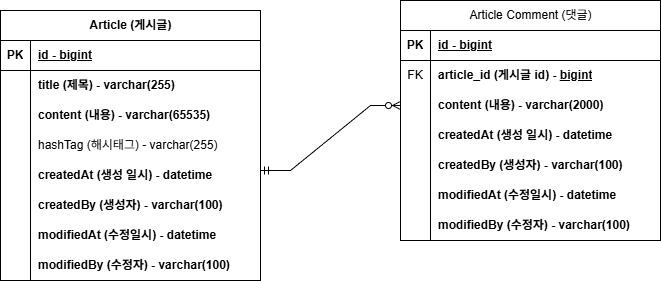
Earlier version of the draw.io export usecase/project-board-erd.png (yoojanghun/board-making-practice). Source tidied: cells renumbered, new cells last; positions are measured from the earlier drawing's top-left corner, leaving out a move shared by most shapes. Its diagram source:
```xml
<mxGraphModel>
  <root>
    <mxCell id="0" />
    <mxCell id="1" parent="0" />
    <mxCell id="2" value="Article (게시글)" style="shape=table;startSize=30;rowLines=0;fontStyle=1;align=center;html=1;" parent="1" vertex="1">
      <mxGeometry y="10" width="260" height="270" as="geometry" />
    </mxCell>
    <mxCell id="3" style="shape=tableRow;horizontal=0;startSize=0;swimlaneHead=0;swimlaneBody=0;fillColor=none;top=0;left=0;right=0;bottom=1;" parent="2" vertex="1">
      <mxGeometry y="30" width="260" height="30" as="geometry" />
    </mxCell>
    <mxCell id="4" value="PK" style="shape=partialRectangle;fillColor=none;top=0;left=0;bottom=0;right=0;fontStyle=1;overflow=hidden;whiteSpace=wrap;html=1;" parent="3" vertex="1">
      <mxGeometry width="30" height="30" as="geometry" />
    </mxCell>
    <mxCell id="5" value="id - bigint" style="shape=partialRectangle;fillColor=none;top=0;left=0;bottom=0;right=0;align=left;spacingLeft=6;fontStyle=5;overflow=hidden;whiteSpace=wrap;html=1;" parent="3" vertex="1">
      <mxGeometry x="30" width="230" height="30" as="geometry" />
    </mxCell>
    <mxCell id="6" style="shape=tableRow;horizontal=0;startSize=0;swimlaneHead=0;swimlaneBody=0;fillColor=none;top=0;left=0;right=0;bottom=0;" parent="2" vertex="1">
      <mxGeometry y="60" width="260" height="30" as="geometry" />
    </mxCell>
    <mxCell id="7" style="shape=partialRectangle;fillColor=none;top=0;left=0;bottom=0;right=0;overflow=hidden;whiteSpace=wrap;html=1;" parent="6" vertex="1">
      <mxGeometry width="30" height="30" as="geometry" />
    </mxCell>
    <mxCell id="8" value="&lt;b&gt;title (제목) - varchar(255)&lt;/b&gt;" style="shape=partialRectangle;fillColor=none;top=0;left=0;bottom=0;right=0;align=left;spacingLeft=6;overflow=hidden;whiteSpace=wrap;html=1;" parent="6" vertex="1">
      <mxGeometry x="30" width="230" height="30" as="geometry" />
    </mxCell>
    <mxCell id="9" style="shape=tableRow;horizontal=0;startSize=0;swimlaneHead=0;swimlaneBody=0;fillColor=none;top=0;left=0;right=0;bottom=0;" parent="2" vertex="1">
      <mxGeometry y="90" width="260" height="30" as="geometry" />
    </mxCell>
    <mxCell id="10" style="shape=partialRectangle;fillColor=none;top=0;left=0;bottom=0;right=0;overflow=hidden;whiteSpace=wrap;html=1;" parent="9" vertex="1">
      <mxGeometry width="30" height="30" as="geometry" />
    </mxCell>
    <mxCell id="11" value="&lt;b&gt;content (내용)&lt;span style=&quot;white-space: pre;&quot;&gt;&#9;&lt;/span&gt;- varchar(65535)&lt;/b&gt;" style="shape=partialRectangle;fillColor=none;top=0;left=0;bottom=0;right=0;align=left;spacingLeft=6;overflow=hidden;whiteSpace=wrap;html=1;" parent="9" vertex="1">
      <mxGeometry x="30" width="230" height="30" as="geometry" />
    </mxCell>
    <mxCell id="12" style="shape=tableRow;horizontal=0;startSize=0;swimlaneHead=0;swimlaneBody=0;fillColor=none;top=0;left=0;right=0;bottom=0;" parent="2" vertex="1">
      <mxGeometry y="120" width="260" height="30" as="geometry" />
    </mxCell>
    <mxCell id="13" style="shape=partialRectangle;fillColor=none;top=0;left=0;bottom=0;right=0;overflow=hidden;whiteSpace=wrap;html=1;" parent="12" vertex="1">
      <mxGeometry width="30" height="30" as="geometry" />
    </mxCell>
    <mxCell id="14" value="hashTag (해시태그) - varchar(255)" style="shape=partialRectangle;fillColor=none;top=0;left=0;bottom=0;right=0;align=left;spacingLeft=6;overflow=hidden;whiteSpace=wrap;html=1;" parent="12" vertex="1">
      <mxGeometry x="30" width="230" height="30" as="geometry" />
    </mxCell>
    <mxCell id="15" style="shape=tableRow;horizontal=0;startSize=0;swimlaneHead=0;swimlaneBody=0;fillColor=none;top=0;left=0;right=0;bottom=0;" parent="2" vertex="1">
      <mxGeometry y="150" width="260" height="30" as="geometry" />
    </mxCell>
    <mxCell id="16" style="shape=partialRectangle;fillColor=none;top=0;left=0;bottom=0;right=0;overflow=hidden;whiteSpace=wrap;html=1;" parent="15" vertex="1">
      <mxGeometry width="30" height="30" as="geometry" />
    </mxCell>
    <mxCell id="17" value="&lt;b&gt;createdAt (생성 일시) - datetime&lt;/b&gt;" style="shape=partialRectangle;fillColor=none;top=0;left=0;bottom=0;right=0;align=left;spacingLeft=6;overflow=hidden;whiteSpace=wrap;html=1;" parent="15" vertex="1">
      <mxGeometry x="30" width="230" height="30" as="geometry" />
    </mxCell>
    <mxCell id="18" style="shape=tableRow;horizontal=0;startSize=0;swimlaneHead=0;swimlaneBody=0;fillColor=none;top=0;left=0;right=0;bottom=0;" parent="2" vertex="1">
      <mxGeometry y="180" width="260" height="30" as="geometry" />
    </mxCell>
    <mxCell id="19" style="shape=partialRectangle;fillColor=none;top=0;left=0;bottom=0;right=0;overflow=hidden;whiteSpace=wrap;html=1;" parent="18" vertex="1">
      <mxGeometry width="30" height="30" as="geometry" />
    </mxCell>
    <mxCell id="20" value="&lt;b&gt;createdBy (생성자) - varchar(100)&lt;/b&gt;" style="shape=partialRectangle;fillColor=none;top=0;left=0;bottom=0;right=0;align=left;spacingLeft=6;overflow=hidden;whiteSpace=wrap;html=1;" parent="18" vertex="1">
      <mxGeometry x="30" width="230" height="30" as="geometry" />
    </mxCell>
    <mxCell id="21" style="shape=tableRow;horizontal=0;startSize=0;swimlaneHead=0;swimlaneBody=0;fillColor=none;top=0;left=0;right=0;bottom=0;" parent="2" vertex="1">
      <mxGeometry y="210" width="260" height="30" as="geometry" />
    </mxCell>
    <mxCell id="22" style="shape=partialRectangle;fillColor=none;top=0;left=0;bottom=0;right=0;overflow=hidden;whiteSpace=wrap;html=1;" parent="21" vertex="1">
      <mxGeometry width="30" height="30" as="geometry" />
    </mxCell>
    <mxCell id="23" value="&lt;b&gt;modifiedAt (수정일시) - datetime&lt;/b&gt;" style="shape=partialRectangle;fillColor=none;top=0;left=0;bottom=0;right=0;align=left;spacingLeft=6;overflow=hidden;whiteSpace=wrap;html=1;" parent="21" vertex="1">
      <mxGeometry x="30" width="230" height="30" as="geometry" />
    </mxCell>
    <mxCell id="24" style="shape=tableRow;horizontal=0;startSize=0;swimlaneHead=0;swimlaneBody=0;fillColor=none;top=0;left=0;right=0;bottom=0;" parent="2" vertex="1">
      <mxGeometry y="240" width="260" height="30" as="geometry" />
    </mxCell>
    <mxCell id="25" style="shape=partialRectangle;fillColor=none;top=0;left=0;bottom=0;right=0;overflow=hidden;whiteSpace=wrap;html=1;" parent="24" vertex="1">
      <mxGeometry width="30" height="30" as="geometry" />
    </mxCell>
    <mxCell id="26" value="&lt;b&gt;modifiedBy (수정자) - varchar(100)&lt;/b&gt;" style="shape=partialRectangle;fillColor=none;top=0;left=0;bottom=0;right=0;align=left;spacingLeft=6;overflow=hidden;whiteSpace=wrap;html=1;" parent="24" vertex="1">
      <mxGeometry x="30" width="230" height="30" as="geometry" />
    </mxCell>
    <mxCell id="27" value="Article Comment (댓글)" style="shape=table;startSize=30;rowLines=0;fontStyle=0;align=center;html=1;" parent="1" vertex="1">
      <mxGeometry x="400" width="260" height="240" as="geometry" />
    </mxCell>
    <mxCell id="28" style="shape=tableRow;horizontal=0;startSize=0;swimlaneHead=0;swimlaneBody=0;fillColor=none;top=0;left=0;right=0;bottom=1;" parent="27" vertex="1">
      <mxGeometry y="30" width="260" height="30" as="geometry" />
    </mxCell>
    <mxCell id="29" value="PK" style="shape=partialRectangle;fillColor=none;top=0;left=0;bottom=0;right=0;fontStyle=1;overflow=hidden;whiteSpace=wrap;html=1;" parent="28" vertex="1">
      <mxGeometry width="30" height="30" as="geometry" />
    </mxCell>
    <mxCell id="30" value="id - bigint" style="shape=partialRectangle;fillColor=none;top=0;left=0;bottom=0;right=0;align=left;spacingLeft=6;fontStyle=5;overflow=hidden;whiteSpace=wrap;html=1;" parent="28" vertex="1">
      <mxGeometry x="30" width="230" height="30" as="geometry" />
    </mxCell>
    <mxCell id="31" style="shape=tableRow;horizontal=0;startSize=0;swimlaneHead=0;swimlaneBody=0;fillColor=none;top=0;left=0;right=0;bottom=0;" parent="27" vertex="1">
      <mxGeometry y="60" width="260" height="30" as="geometry" />
    </mxCell>
    <mxCell id="32" value="FK" style="shape=partialRectangle;fillColor=none;top=0;left=0;bottom=0;right=0;overflow=hidden;whiteSpace=wrap;html=1;" parent="31" vertex="1">
      <mxGeometry width="30" height="30" as="geometry" />
    </mxCell>
    <mxCell id="33" value="&lt;b&gt;article_id (게시글 id)&amp;nbsp;&lt;/b&gt;&lt;b&gt;-&amp;nbsp;&lt;/b&gt;&lt;span style=&quot;font-weight: 700; text-decoration-line: underline;&quot;&gt;bigint&lt;/span&gt;" style="shape=partialRectangle;fillColor=none;top=0;left=0;bottom=0;right=0;align=left;spacingLeft=6;overflow=hidden;whiteSpace=wrap;html=1;" parent="31" vertex="1">
      <mxGeometry x="30" width="230" height="30" as="geometry" />
    </mxCell>
    <mxCell id="34" style="shape=tableRow;horizontal=0;startSize=0;swimlaneHead=0;swimlaneBody=0;fillColor=none;points=[[0,0.5],[1,0.5]];portConstraint=eastwest;top=0;left=0;right=0;bottom=0;" parent="27" vertex="1">
      <mxGeometry y="90" width="260" height="30" as="geometry" />
    </mxCell>
    <mxCell id="35" style="shape=partialRectangle;fillColor=none;top=0;left=0;bottom=0;right=0;overflow=hidden;whiteSpace=wrap;html=1;" parent="34" vertex="1">
      <mxGeometry width="30" height="30" as="geometry" />
    </mxCell>
    <mxCell id="36" value="&lt;b&gt;content (내용)&lt;span style=&quot;white-space: pre;&quot;&gt;&#9;&lt;/span&gt;- varchar(2000)&lt;/b&gt;" style="shape=partialRectangle;fillColor=none;top=0;left=0;bottom=0;right=0;align=left;spacingLeft=6;overflow=hidden;whiteSpace=wrap;html=1;" parent="34" vertex="1">
      <mxGeometry x="30" width="230" height="30" as="geometry" />
    </mxCell>
    <mxCell id="37" style="shape=tableRow;horizontal=0;startSize=0;swimlaneHead=0;swimlaneBody=0;fillColor=none;top=0;left=0;right=0;bottom=0;" parent="27" vertex="1">
      <mxGeometry y="120" width="260" height="30" as="geometry" />
    </mxCell>
    <mxCell id="38" style="shape=partialRectangle;fillColor=none;top=0;left=0;bottom=0;right=0;overflow=hidden;whiteSpace=wrap;html=1;" parent="37" vertex="1">
      <mxGeometry width="30" height="30" as="geometry" />
    </mxCell>
    <mxCell id="39" value="&lt;b&gt;createdAt (생성 일시) -&amp;nbsp;&lt;/b&gt;&lt;b&gt;datetime&lt;/b&gt;" style="shape=partialRectangle;fillColor=none;top=0;left=0;bottom=0;right=0;align=left;spacingLeft=6;overflow=hidden;whiteSpace=wrap;html=1;" parent="37" vertex="1">
      <mxGeometry x="30" width="230" height="30" as="geometry" />
    </mxCell>
    <mxCell id="40" style="shape=tableRow;horizontal=0;startSize=0;swimlaneHead=0;swimlaneBody=0;fillColor=none;top=0;left=0;right=0;bottom=0;" parent="27" vertex="1">
      <mxGeometry y="150" width="260" height="30" as="geometry" />
    </mxCell>
    <mxCell id="41" style="shape=partialRectangle;fillColor=none;top=0;left=0;bottom=0;right=0;overflow=hidden;whiteSpace=wrap;html=1;" parent="40" vertex="1">
      <mxGeometry width="30" height="30" as="geometry" />
    </mxCell>
    <mxCell id="42" value="&lt;b&gt;createdBy (생성자)&lt;/b&gt;&lt;b&gt;&amp;nbsp;- varchar(100)&lt;/b&gt;" style="shape=partialRectangle;fillColor=none;top=0;left=0;bottom=0;right=0;align=left;spacingLeft=6;overflow=hidden;whiteSpace=wrap;html=1;" parent="40" vertex="1">
      <mxGeometry x="30" width="230" height="30" as="geometry" />
    </mxCell>
    <mxCell id="43" style="shape=tableRow;horizontal=0;startSize=0;swimlaneHead=0;swimlaneBody=0;fillColor=none;top=0;left=0;right=0;bottom=0;" parent="27" vertex="1">
      <mxGeometry y="180" width="260" height="30" as="geometry" />
    </mxCell>
    <mxCell id="44" style="shape=partialRectangle;fillColor=none;top=0;left=0;bottom=0;right=0;overflow=hidden;whiteSpace=wrap;html=1;" parent="43" vertex="1">
      <mxGeometry width="30" height="30" as="geometry" />
    </mxCell>
    <mxCell id="45" value="&lt;b&gt;modifiedAt (수정일시) -&amp;nbsp;&lt;/b&gt;&lt;b&gt;datetime&lt;/b&gt;" style="shape=partialRectangle;fillColor=none;top=0;left=0;bottom=0;right=0;align=left;spacingLeft=6;overflow=hidden;whiteSpace=wrap;html=1;" parent="43" vertex="1">
      <mxGeometry x="30" width="230" height="30" as="geometry" />
    </mxCell>
    <mxCell id="46" style="shape=tableRow;horizontal=0;startSize=0;swimlaneHead=0;swimlaneBody=0;fillColor=none;top=0;left=0;right=0;bottom=0;" parent="27" vertex="1">
      <mxGeometry y="210" width="260" height="30" as="geometry" />
    </mxCell>
    <mxCell id="47" style="shape=partialRectangle;fillColor=none;top=0;left=0;bottom=0;right=0;overflow=hidden;whiteSpace=wrap;html=1;" parent="46" vertex="1">
      <mxGeometry width="30" height="30" as="geometry" />
    </mxCell>
    <mxCell id="48" value="&lt;b&gt;modifiedBy (수정자)&lt;/b&gt;&lt;b&gt;&amp;nbsp;- varchar(100)&lt;/b&gt;" style="shape=partialRectangle;fillColor=none;top=0;left=0;bottom=0;right=0;align=left;spacingLeft=6;overflow=hidden;whiteSpace=wrap;html=1;" parent="46" vertex="1">
      <mxGeometry x="30" width="230" height="30" as="geometry" />
    </mxCell>
    <mxCell id="49" style="edgeStyle=entityRelationEdgeStyle;fontSize=12;html=1;endArrow=ERzeroToMany;startArrow=ERmandOne;rounded=0;entryX=0;entryY=0.5;entryDx=0;entryDy=0;" parent="1" edge="1" target="34">
      <mxGeometry relative="1" as="geometry">
        <mxPoint x="260" y="170" as="sourcePoint" />
      </mxGeometry>
    </mxCell>
  </root>
</mxGraphModel>
```
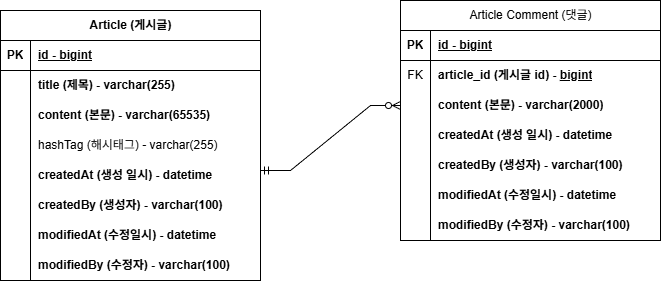
After the commit.

Diff of the diagram source:
```diff
@@ -29,7 +29,7 @@
     <mxCell id="10" style="shape=partialRectangle;fillColor=none;top=0;left=0;bottom=0;right=0;overflow=hidden;whiteSpace=wrap;html=1;" parent="9" vertex="1">
       <mxGeometry width="30" height="30" as="geometry" />
     </mxCell>
-    <mxCell id="11" value="&lt;b&gt;content (내용)&lt;span style=&quot;white-space: pre;&quot;&gt;&#9;&lt;/span&gt;- varchar(65535)&lt;/b&gt;" style="shape=partialRectangle;fillColor=none;top=0;left=0;bottom=0;right=0;align=left;spacingLeft=6;overflow=hidden;whiteSpace=wrap;html=1;" parent="9" vertex="1">
+    <mxCell id="11" value="&lt;b&gt;content (본문)&lt;span style=&quot;white-space: pre;&quot;&gt;&#9;&lt;/span&gt;- varchar(65535)&lt;/b&gt;" style="shape=partialRectangle;fillColor=none;top=0;left=0;bottom=0;right=0;align=left;spacingLeft=6;overflow=hidden;whiteSpace=wrap;html=1;" parent="9" vertex="1">
       <mxGeometry x="30" width="230" height="30" as="geometry" />
     </mxCell>
     <mxCell id="12" style="shape=tableRow;horizontal=0;startSize=0;swimlaneHead=0;swimlaneBody=0;fillColor=none;top=0;left=0;right=0;bottom=0;" parent="2" vertex="1">
@@ -104,7 +104,7 @@
     <mxCell id="35" style="shape=partialRectangle;fillColor=none;top=0;left=0;bottom=0;right=0;overflow=hidden;whiteSpace=wrap;html=1;" parent="34" vertex="1">
       <mxGeometry width="30" height="30" as="geometry" />
     </mxCell>
-    <mxCell id="36" value="&lt;b&gt;content (내용)&lt;span style=&quot;white-space: pre;&quot;&gt;&#9;&lt;/span&gt;- varchar(2000)&lt;/b&gt;" style="shape=partialRectangle;fillColor=none;top=0;left=0;bottom=0;right=0;align=left;spacingLeft=6;overflow=hidden;whiteSpace=wrap;html=1;" parent="34" vertex="1">
+    <mxCell id="36" value="&lt;b&gt;content (&lt;/b&gt;&lt;b&gt;본문&lt;/b&gt;&lt;b&gt;)&lt;span style=&quot;white-space: pre;&quot;&gt;&#9;&lt;/span&gt;- varchar(2000)&lt;/b&gt;" style="shape=partialRectangle;fillColor=none;top=0;left=0;bottom=0;right=0;align=left;spacingLeft=6;overflow=hidden;whiteSpace=wrap;html=1;" parent="34" vertex="1">
       <mxGeometry x="30" width="230" height="30" as="geometry" />
     </mxCell>
     <mxCell id="37" style="shape=tableRow;horizontal=0;startSize=0;swimlaneHead=0;swimlaneBody=0;fillColor=none;top=0;left=0;right=0;bottom=0;" parent="27" vertex="1">
```
